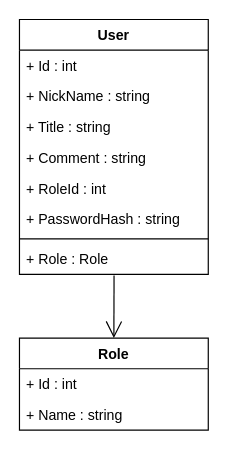
Before: BE.Infra/Diagram/BE.drawio in gabo2084/BE, a draw.io diagram. Source tidied: cells renumbered, new cells numbered last; positions are measured from the earlier drawing's top-left corner, leaving out a move shared by most shapes. Both pictures are drawn from the tidied source at 118%, with x=0, y=0 at pixel (19, 19).
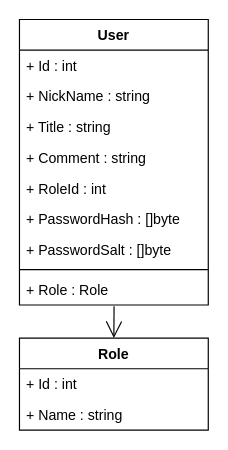
The same diagram, later.

Diff of the diagram source:
```diff
@@
 <mxGraphModel>
   <root>
     <mxCell id="0" />
     <mxCell id="1" parent="0" />
     <mxCell id="2" value="User" style="swimlane;fontStyle=1;align=center;verticalAlign=top;horizontal=1;startSize=26;" parent="1" vertex="1">
-      <mxGeometry width="160" height="216" as="geometry" />
+      <mxGeometry width="160" height="242" as="geometry" />
     </mxCell>
     <mxCell id="3" value="+ Id : int" style="text;strokeColor=none;fillColor=none;align=left;verticalAlign=top;spacingLeft=4;spacingRight=4;overflow=hidden;" parent="2" vertex="1">
       <mxGeometry y="26" width="160" height="26" as="geometry" />
     </mxCell>
     <mxCell id="4" value="+ NickName : string" style="text;strokeColor=none;fillColor=none;align=left;verticalAlign=top;spacingLeft=4;spacingRight=4;overflow=hidden;" parent="2" vertex="1">
       <mxGeometry y="52" width="160" height="26" as="geometry" />
     </mxCell>
     <mxCell id="5" value="+ Title : string" style="text;strokeColor=none;fillColor=none;align=left;verticalAlign=top;spacingLeft=4;spacingRight=4;overflow=hidden;" parent="2" vertex="1">
       <mxGeometry y="78" width="160" height="26" as="geometry" />
     </mxCell>
     <mxCell id="6" value="+ Comment : string" style="text;strokeColor=none;fillColor=none;align=left;verticalAlign=top;spacingLeft=4;spacingRight=4;overflow=hidden;" parent="2" vertex="1">
       <mxGeometry y="104" width="160" height="26" as="geometry" />
     </mxCell>
     <mxCell id="7" value="+ RoleId : int" style="text;strokeColor=none;fillColor=none;align=left;verticalAlign=top;spacingLeft=4;spacingRight=4;overflow=hidden;" parent="2" vertex="1">
       <mxGeometry y="130" width="160" height="26" as="geometry" />
     </mxCell>
-    <mxCell id="8" value="+ PasswordHash : string" style="text;strokeColor=none;fillColor=none;align=left;verticalAlign=top;spacingLeft=4;spacingRight=4;overflow=hidden;" parent="2" vertex="1">
+    <mxCell id="8" value="+ PasswordHash : []byte" style="text;strokeColor=none;fillColor=none;align=left;verticalAlign=top;spacingLeft=4;spacingRight=4;overflow=hidden;" parent="2" vertex="1">
       <mxGeometry y="156" width="160" height="26" as="geometry" />
     </mxCell>
+    <mxCell id="15" value="+ PasswordSalt : []byte" style="text;strokeColor=none;fillColor=none;align=left;verticalAlign=top;spacingLeft=4;spacingRight=4;overflow=hidden;" parent="2" vertex="1">
+      <mxGeometry y="182" width="160" height="26" as="geometry" />
+    </mxCell>
     <mxCell id="9" style="line;strokeWidth=1;fillColor=none;align=left;verticalAlign=middle;spacingTop=-1;spacingLeft=3;spacingRight=3;labelPosition=right;" parent="2" vertex="1">
-      <mxGeometry y="182" width="160" height="8" as="geometry" />
+      <mxGeometry y="208" width="160" height="8" as="geometry" />
     </mxCell>
     <mxCell id="10" value="+ Role : Role" style="text;strokeColor=none;fillColor=none;align=left;verticalAlign=top;spacingLeft=4;spacingRight=4;overflow=hidden;points=[[0,0.5],[1,0.5]];portConstraint=eastwest;" parent="2" vertex="1">
-      <mxGeometry y="190" width="160" height="26" as="geometry" />
+      <mxGeometry y="216" width="160" height="26" as="geometry" />
     </mxCell>
     <mxCell id="11" value="Role" style="swimlane;fontStyle=1;align=center;verticalAlign=top;horizontal=1;startSize=26;" parent="1" vertex="1">
       <mxGeometry y="270" width="160" height="78" as="geometry" />
     </mxCell>
     <mxCell id="12" value="+ Id : int" style="text;strokeColor=none;fillColor=none;align=left;verticalAlign=top;spacingLeft=4;spacingRight=4;overflow=hidden;" parent="11" vertex="1">
       <mxGeometry y="26" width="160" height="26" as="geometry" />
     </mxCell>
     <mxCell id="13" value="+ Name : string" style="text;strokeColor=none;fillColor=none;align=left;verticalAlign=top;spacingLeft=4;spacingRight=4;overflow=hidden;" parent="11" vertex="1">
       <mxGeometry y="52" width="160" height="26" as="geometry" />
     </mxCell>
     <mxCell id="14" style="endArrow=open;endFill=1;endSize=12;html=1;exitX=0.501;exitY=1.038;exitDx=0;exitDy=0;exitPerimeter=0;entryX=0.5;entryY=0;entryDx=0;entryDy=0;" parent="1" edge="1" source="10" target="11">
       <mxGeometry relative="1" as="geometry" />
     </mxCell>
   </root>
 </mxGraphModel>
```
